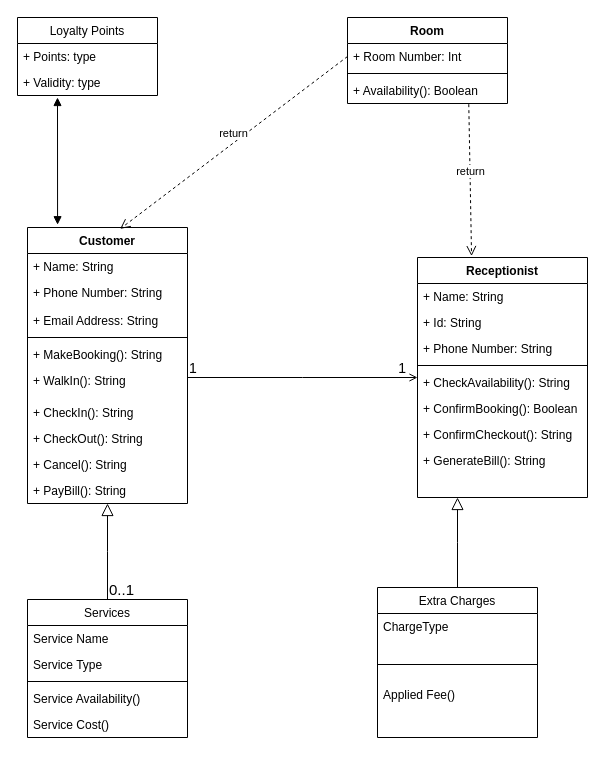
Earlier version of the draw.io diagram Class Diagram.drawio (SrikanthBonkuri/UML). Source tidied: cells renumbered, new cells numbered last; positions are measured from the earlier drawing's top-left corner, leaving out a move shared by most shapes. Both pictures are drawn from the tidied source at 100%, with x=0, y=0 at pixel (17, 17).
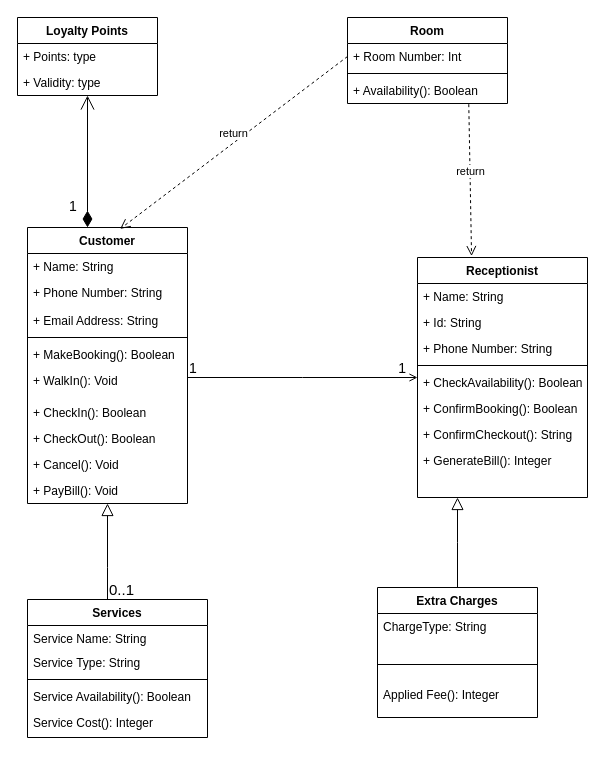
Above is the later version.

The change refers to these unchanged cells:
```xml
<mxCell id="2" value="Customer" style="swimlane;fontStyle=1;align=center;verticalAlign=top;horizontal=1;startSize=26;rounded=0;shadow=0;strokeWidth=1;" parent="1" vertex="1">
  <mxGeometry x="10" y="210" width="160" height="276" as="geometry" />
</mxCell>
<mxCell id="24" value="Receptionist" style="swimlane;fontStyle=1;align=center;verticalAlign=top;horizontal=1;startSize=26;rounded=0;shadow=0;strokeWidth=1;" parent="1" vertex="1">
  <mxGeometry x="400" y="240" width="170" height="240" as="geometry" />
</mxCell>
```

Change to the diagram source:
```diff
@@
-    <mxCell id="7" value="+ MakeBooking(): String" style="text;align=left;verticalAlign=top;spacingLeft=4;spacingRight=4;overflow=hidden;" parent="2" vertex="1">
+    <mxCell id="7" value="+ MakeBooking(): Boolean" style="text;align=left;verticalAlign=top;spacingLeft=4;spacingRight=4;overflow=hidden;" parent="2" vertex="1">
       <mxGeometry y="114" width="160" height="26" as="geometry" />
     </mxCell>
-    <mxCell id="8" value="+ WalkIn(): String" style="text;align=left;verticalAlign=top;spacingLeft=4;spacingRight=4;overflow=hidden;" parent="2" vertex="1">
+    <mxCell id="8" value="+ WalkIn(): Void" style="text;align=left;verticalAlign=top;spacingLeft=4;spacingRight=4;overflow=hidden;" parent="2" vertex="1">
       <mxGeometry y="140" width="160" height="32" as="geometry" />
     </mxCell>
-    <mxCell id="9" value="+ CheckIn(): String" style="text;align=left;verticalAlign=top;spacingLeft=4;spacingRight=4;overflow=hidden;" parent="2" vertex="1">
+    <mxCell id="9" value="+ CheckIn(): Boolean" style="text;align=left;verticalAlign=top;spacingLeft=4;spacingRight=4;overflow=hidden;" parent="2" vertex="1">
       <mxGeometry y="172" width="160" height="26" as="geometry" />
     </mxCell>
-    <mxCell id="10" value="+ CheckOut(): String" style="text;align=left;verticalAlign=top;spacingLeft=4;spacingRight=4;overflow=hidden;" parent="2" vertex="1">
+    <mxCell id="10" value="+ CheckOut(): Boolean" style="text;align=left;verticalAlign=top;spacingLeft=4;spacingRight=4;overflow=hidden;" parent="2" vertex="1">
       <mxGeometry y="198" width="160" height="26" as="geometry" />
     </mxCell>
-    <mxCell id="11" value="+ Cancel(): String" style="text;align=left;verticalAlign=top;spacingLeft=4;spacingRight=4;overflow=hidden;" parent="2" vertex="1">
+    <mxCell id="11" value="+ Cancel(): Void" style="text;align=left;verticalAlign=top;spacingLeft=4;spacingRight=4;overflow=hidden;" parent="2" vertex="1">
       <mxGeometry y="224" width="160" height="26" as="geometry" />
     </mxCell>
-    <mxCell id="12" value="+ PayBill(): String" style="text;align=left;verticalAlign=top;spacingLeft=4;spacingRight=4;overflow=hidden;" parent="2" vertex="1">
+    <mxCell id="12" value="+ PayBill(): Void" style="text;align=left;verticalAlign=top;spacingLeft=4;spacingRight=4;overflow=hidden;" parent="2" vertex="1">
       <mxGeometry y="250" width="160" height="26" as="geometry" />
     </mxCell>
-    <mxCell id="13" value="Services" style="swimlane;fontStyle=0;align=center;verticalAlign=top;horizontal=1;startSize=26;rounded=0;shadow=0;strokeWidth=1;" parent="1" vertex="1">
-      <mxGeometry x="10" y="582" width="160" height="138" as="geometry" />
+    <mxCell id="13" value="Services" style="swimlane;fontStyle=1;align=center;verticalAlign=top;horizontal=1;startSize=26;rounded=0;shadow=0;strokeWidth=1;" parent="1" vertex="1">
+      <mxGeometry x="10" y="582" width="180" height="138" as="geometry" />
     </mxCell>
-    <mxCell id="14" value="Service Name" style="text;align=left;verticalAlign=top;spacingLeft=4;spacingRight=4;overflow=hidden;" parent="13" vertex="1">
-      <mxGeometry y="26" width="160" height="26" as="geometry" />
+    <mxCell id="14" value="Service Name: String" style="text;align=left;verticalAlign=top;spacingLeft=4;spacingRight=4;overflow=hidden;" parent="13" vertex="1">
+      <mxGeometry y="26" width="180" height="24" as="geometry" />
     </mxCell>
-    <mxCell id="15" value="Service Type" style="text;align=left;verticalAlign=top;spacingLeft=4;spacingRight=4;overflow=hidden;rounded=0;shadow=0;html=0;" parent="13" vertex="1">
-      <mxGeometry y="52" width="160" height="26" as="geometry" />
+    <mxCell id="15" value="Service Type: String" style="text;align=left;verticalAlign=top;spacingLeft=4;spacingRight=4;overflow=hidden;rounded=0;shadow=0;html=0;" parent="13" vertex="1">
+      <mxGeometry y="50" width="180" height="26" as="geometry" />
     </mxCell>
     <mxCell id="16" style="line;html=1;strokeWidth=1;align=left;verticalAlign=middle;spacingTop=-1;spacingLeft=3;spacingRight=3;labelPosition=right;" parent="13" vertex="1">
-      <mxGeometry y="78" width="160" height="8" as="geometry" />
+      <mxGeometry y="76" width="180" height="8" as="geometry" />
     </mxCell>
-    <mxCell id="17" value="Service Availability()" style="text;align=left;verticalAlign=top;spacingLeft=4;spacingRight=4;overflow=hidden;fontStyle=0;" parent="13" vertex="1">
-      <mxGeometry y="86" width="160" height="26" as="geometry" />
+    <mxCell id="17" value="Service Availability(): Boolean" style="text;align=left;verticalAlign=top;spacingLeft=4;spacingRight=4;overflow=hidden;fontStyle=0;" parent="13" vertex="1">
+      <mxGeometry y="84" width="180" height="26" as="geometry" />
     </mxCell>
-    <mxCell id="18" value="Service Cost()" style="text;align=left;verticalAlign=top;spacingLeft=4;spacingRight=4;overflow=hidden;" parent="13" vertex="1">
-      <mxGeometry y="112" width="160" height="26" as="geometry" />
+    <mxCell id="18" value="Service Cost(): Integer" style="text;align=left;verticalAlign=top;spacingLeft=4;spacingRight=4;overflow=hidden;" parent="13" vertex="1">
+      <mxGeometry y="110" width="180" height="26" as="geometry" />
     </mxCell>
     <mxCell id="19" style="endArrow=block;endSize=10;endFill=0;shadow=0;strokeWidth=1;rounded=0;edgeStyle=elbowEdgeStyle;elbow=vertical;" parent="1" edge="1" source="13" target="2">
-      <mxGeometry relative="1" as="geometry" />
+      <mxGeometry relative="1" as="geometry">
+        <Array as="points">
+          <mxPoint x="90" y="550" />
+        </Array>
+      </mxGeometry>
     </mxCell>
-    <mxCell id="20" value="Extra Charges" style="swimlane;fontStyle=0;align=center;verticalAlign=top;horizontal=1;startSize=26;rounded=0;shadow=0;strokeWidth=1;" parent="1" vertex="1">
-      <mxGeometry x="360" y="570" width="160" height="150" as="geometry" />
+    <mxCell id="20" value="Extra Charges" style="swimlane;fontStyle=1;align=center;verticalAlign=top;horizontal=1;startSize=26;rounded=0;shadow=0;strokeWidth=1;" parent="1" vertex="1">
+      <mxGeometry x="360" y="570" width="160" height="130" as="geometry" />
     </mxCell>
-    <mxCell id="21" value="ChargeType" style="text;align=left;verticalAlign=top;spacingLeft=4;spacingRight=4;overflow=hidden;" parent="20" vertex="1">
+    <mxCell id="21" value="ChargeType: String" style="text;align=left;verticalAlign=top;spacingLeft=4;spacingRight=4;overflow=hidden;" parent="20" vertex="1">
       <mxGeometry y="26" width="160" height="34" as="geometry" />
     </mxCell>
@@
-    <mxCell id="23" value="Applied Fee()" style="text;align=left;verticalAlign=top;spacingLeft=4;spacingRight=4;overflow=hidden;" parent="20" vertex="1">
+    <mxCell id="23" value="Applied Fee(): Integer" style="text;align=left;verticalAlign=top;spacingLeft=4;spacingRight=4;overflow=hidden;" parent="20" vertex="1">
       <mxGeometry y="94" width="160" height="26" as="geometry" />
     </mxCell>
@@
-    <mxCell id="29" value="+ CheckAvailability(): String" style="text;align=left;verticalAlign=top;spacingLeft=4;spacingRight=4;overflow=hidden;" parent="24" vertex="1">
+    <mxCell id="29" value="+ CheckAvailability(): Boolean" style="text;align=left;verticalAlign=top;spacingLeft=4;spacingRight=4;overflow=hidden;" parent="24" vertex="1">
       <mxGeometry y="112" width="170" height="26" as="geometry" />
     </mxCell>
@@
-    <mxCell id="32" value="+ GenerateBill(): String&#10;" style="text;align=left;verticalAlign=top;spacingLeft=4;spacingRight=4;overflow=hidden;" parent="24" vertex="1">
+    <mxCell id="32" value="+ GenerateBill(): Integer&#10;" style="text;align=left;verticalAlign=top;spacingLeft=4;spacingRight=4;overflow=hidden;" parent="24" vertex="1">
       <mxGeometry y="190" width="170" height="26" as="geometry" />
     </mxCell>
@@
-    <mxCell id="43" value="Loyalty Points" style="swimlane;fontStyle=0;horizontal=1;startSize=26;fillColor=none;" parent="1" vertex="1">
+    <mxCell id="43" value="Loyalty Points" style="swimlane;fontStyle=1;horizontal=1;startSize=26;fillColor=none;" parent="1" vertex="1">
       <mxGeometry width="140" height="78" as="geometry" />
     </mxCell>
@@
-    <mxCell id="46" style="endArrow=block;startArrow=block;endFill=1;startFill=1;html=1;rounded=0;exitX=0.188;exitY=-0.01;exitDx=0;exitDy=0;exitPerimeter=0;" parent="1" edge="1" source="2">
-      <mxGeometry relative="1" as="geometry">
-        <mxPoint x="40" y="80" as="targetPoint" />
-      </mxGeometry>
-    </mxCell>
@@
+    <mxCell id="48" value="1" style="endArrow=open;html=1;endSize=12;startArrow=diamondThin;startSize=14;startFill=1;edgeStyle=orthogonalEdgeStyle;align=left;verticalAlign=bottom;rounded=0;fontSize=14;entryX=0.5;entryY=1;entryDx=0;entryDy=0;exitX=0.375;exitY=0;exitDx=0;exitDy=0;exitPerimeter=0;" parent="1" edge="1" source="2" target="43">
+      <mxGeometry x="-0.85" y="20" relative="1" as="geometry" />
+    </mxCell>
```
